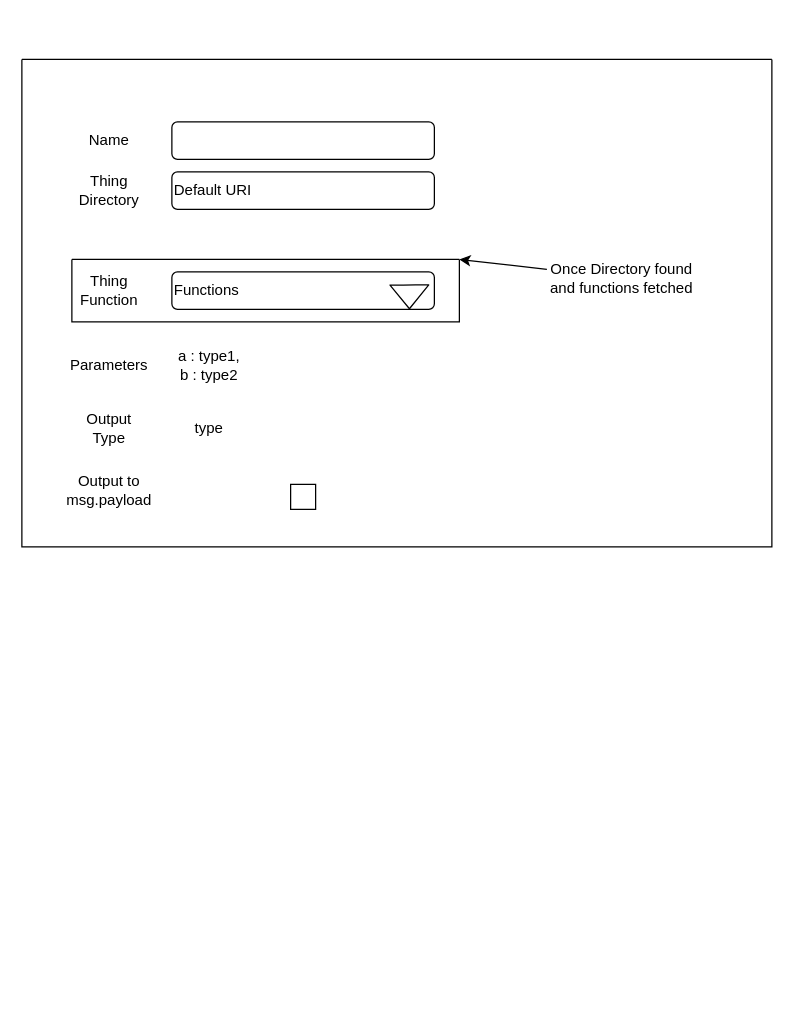
SystemWorkflows/Node-RED-System-Node keeps this draw.io diagram as docs/nodeEditLayout.drawio. Above is the earlier version. Source tidied: cells renumbered, new cells numbered last; positions are measured from the earlier drawing's top-left corner, leaving out a move shared by most shapes. Both pictures are drawn from the tidied source at 125%, with x=0, y=0 at pixel (21, 59).
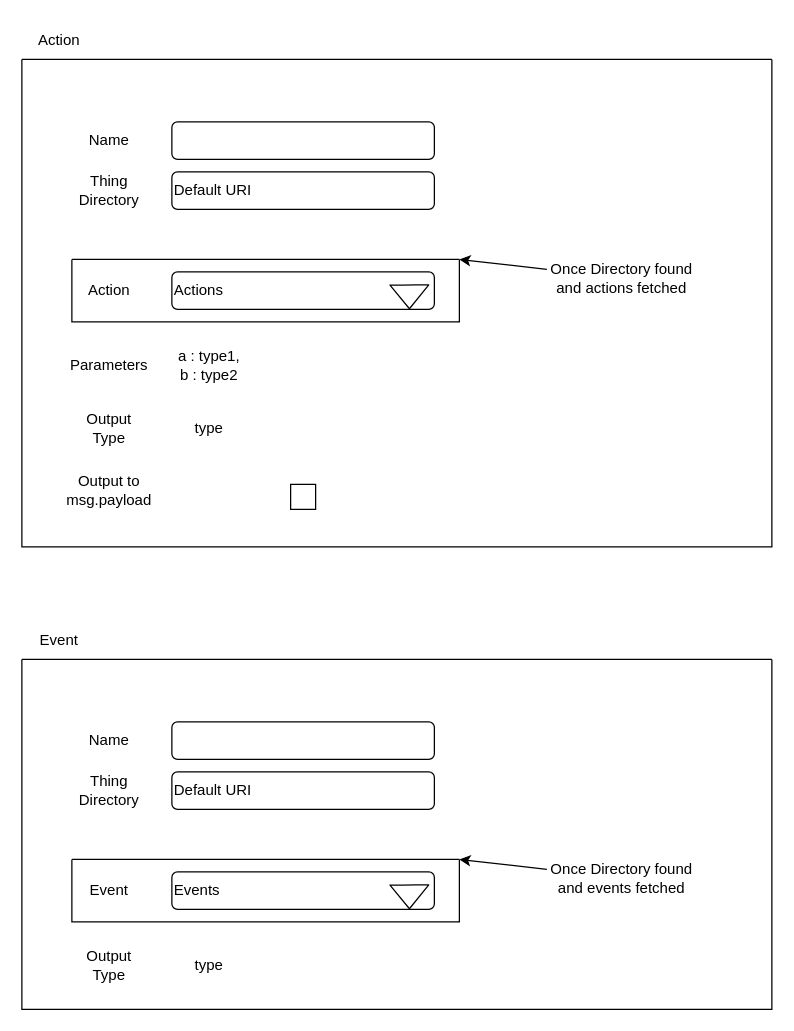
After the change.

Commit message (it also covers changes not shown here):
Event node creation

The change refers to these unchanged cells:
```xml
<mxCell id="2" style="swimlane;startSize=0;fontSize=18;" parent="1" vertex="1">
  <mxGeometry width="600" height="390" as="geometry" />
</mxCell>
<mxCell id="6" style="swimlane;startSize=0;" parent="2" vertex="1">
  <mxGeometry x="40" y="160" width="310" height="50" as="geometry" />
</mxCell>
```

Diff of the diagram source:
```diff
@@
-    <mxCell id="5" value="Thing Function" style="text;html=1;strokeColor=none;fillColor=none;align=center;verticalAlign=middle;whiteSpace=wrap;rounded=0;" parent="2" vertex="1">
+    <mxCell id="5" value="Action" style="text;html=1;strokeColor=none;fillColor=none;align=center;verticalAlign=middle;whiteSpace=wrap;rounded=0;" parent="2" vertex="1">
       <mxGeometry x="40" y="170" width="60" height="30" as="geometry" />
     </mxCell>
@@
-    <mxCell id="7" value="Functions" style="rounded=1;whiteSpace=wrap;html=1;align=left;" parent="6" vertex="1">
+    <mxCell id="7" value="Actions" style="rounded=1;whiteSpace=wrap;html=1;align=left;" parent="6" vertex="1">
       <mxGeometry x="80" y="10" width="210" height="30" as="geometry" />
     </mxCell>
@@
-    <mxCell id="13" value="Once Directory found and functions fetched" style="text;html=1;strokeColor=none;fillColor=none;align=center;verticalAlign=middle;whiteSpace=wrap;rounded=0;" parent="2" vertex="1">
+    <mxCell id="13" value="Once Directory found and actions fetched" style="text;html=1;strokeColor=none;fillColor=none;align=center;verticalAlign=middle;whiteSpace=wrap;rounded=0;" parent="2" vertex="1">
       <mxGeometry x="420" y="160" width="120" height="30" as="geometry" />
     </mxCell>
@@
+    <mxCell id="19" value="Action" style="text;html=1;strokeColor=none;fillColor=none;align=center;verticalAlign=middle;whiteSpace=wrap;rounded=0;" parent="1" vertex="1">
+      <mxGeometry y="-30" width="60" height="30" as="geometry" />
+    </mxCell>
+    <mxCell id="20" style="swimlane;startSize=0;fontSize=18;" parent="1" vertex="1">
+      <mxGeometry y="480" width="600" height="280" as="geometry" />
+    </mxCell>
+    <mxCell id="21" value="Name" style="text;html=1;strokeColor=none;fillColor=none;align=center;verticalAlign=middle;whiteSpace=wrap;rounded=0;" parent="20" vertex="1">
+      <mxGeometry x="40" y="50" width="60" height="30" as="geometry" />
+    </mxCell>
+    <mxCell id="22" value="Thing Directory" style="text;html=1;strokeColor=none;fillColor=none;align=center;verticalAlign=middle;whiteSpace=wrap;rounded=0;" parent="20" vertex="1">
+      <mxGeometry x="40" y="90" width="60" height="30" as="geometry" />
+    </mxCell>
+    <mxCell id="23" value="Event" style="text;html=1;strokeColor=none;fillColor=none;align=center;verticalAlign=middle;whiteSpace=wrap;rounded=0;" parent="20" vertex="1">
+      <mxGeometry x="40" y="170" width="60" height="30" as="geometry" />
+    </mxCell>
+    <mxCell id="24" style="swimlane;startSize=0;" parent="20" vertex="1">
+      <mxGeometry x="40" y="160" width="310" height="50" as="geometry" />
+    </mxCell>
+    <mxCell id="25" value="Events" style="rounded=1;whiteSpace=wrap;html=1;align=left;" parent="24" vertex="1">
+      <mxGeometry x="80" y="10" width="210" height="30" as="geometry" />
+    </mxCell>
+    <mxCell id="26" style="shape=flexArrow;endArrow=classic;html=1;entryX=0.905;entryY=1;entryDx=0;entryDy=0;entryPerimeter=0;" parent="24" edge="1" target="25">
+      <mxGeometry relative="1" as="geometry">
+        <mxPoint x="270" y="20" as="sourcePoint" />
+      </mxGeometry>
+    </mxCell>
+    <mxCell id="27" style="rounded=1;whiteSpace=wrap;html=1;" parent="20" vertex="1">
+      <mxGeometry x="120" y="50" width="210" height="30" as="geometry" />
+    </mxCell>
+    <mxCell id="28" value="Default URI" style="rounded=1;whiteSpace=wrap;html=1;align=left;" parent="20" vertex="1">
+      <mxGeometry x="120" y="90" width="210" height="30" as="geometry" />
+    </mxCell>
+    <mxCell id="29" style="edgeStyle=none;html=1;entryX=1;entryY=0;entryDx=0;entryDy=0;" parent="20" edge="1" source="30" target="24">
+      <mxGeometry relative="1" as="geometry" />
+    </mxCell>
+    <mxCell id="30" value="Once Directory found and events fetched" style="text;html=1;strokeColor=none;fillColor=none;align=center;verticalAlign=middle;whiteSpace=wrap;rounded=0;" parent="20" vertex="1">
+      <mxGeometry x="420" y="160" width="120" height="30" as="geometry" />
+    </mxCell>
+    <mxCell id="31" value="type" style="text;html=1;strokeColor=none;fillColor=none;align=center;verticalAlign=middle;whiteSpace=wrap;rounded=0;" parent="20" vertex="1">
+      <mxGeometry x="120" y="230" width="60" height="30" as="geometry" />
+    </mxCell>
+    <mxCell id="32" value="Output Type" style="text;html=1;strokeColor=none;fillColor=none;align=center;verticalAlign=middle;whiteSpace=wrap;rounded=0;" parent="20" vertex="1">
+      <mxGeometry x="40" y="230" width="60" height="30" as="geometry" />
+    </mxCell>
+    <mxCell id="33" value="Event" style="text;html=1;strokeColor=none;fillColor=none;align=center;verticalAlign=middle;whiteSpace=wrap;rounded=0;" parent="1" vertex="1">
+      <mxGeometry y="450" width="60" height="30" as="geometry" />
+    </mxCell>
```
